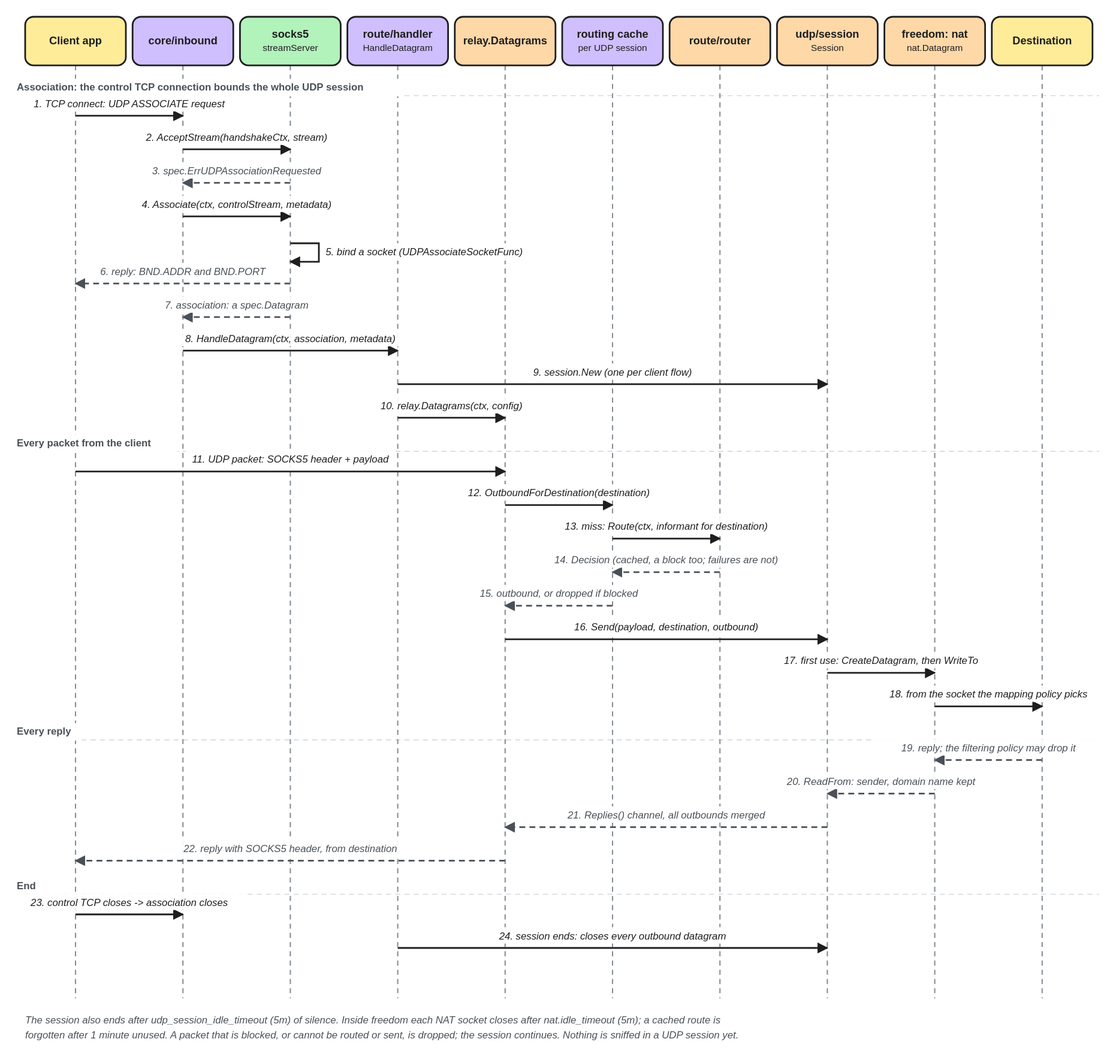
Above: docs/assets/diagrams/udp-lifecycle.excalidraw.svg in we-apranik/apranik (Excalidraw), before the change. Source tidied: one line per element, renumbered; positions are measured from the earlier drawing's top-left corner, leaving out a move shared by most shapes.
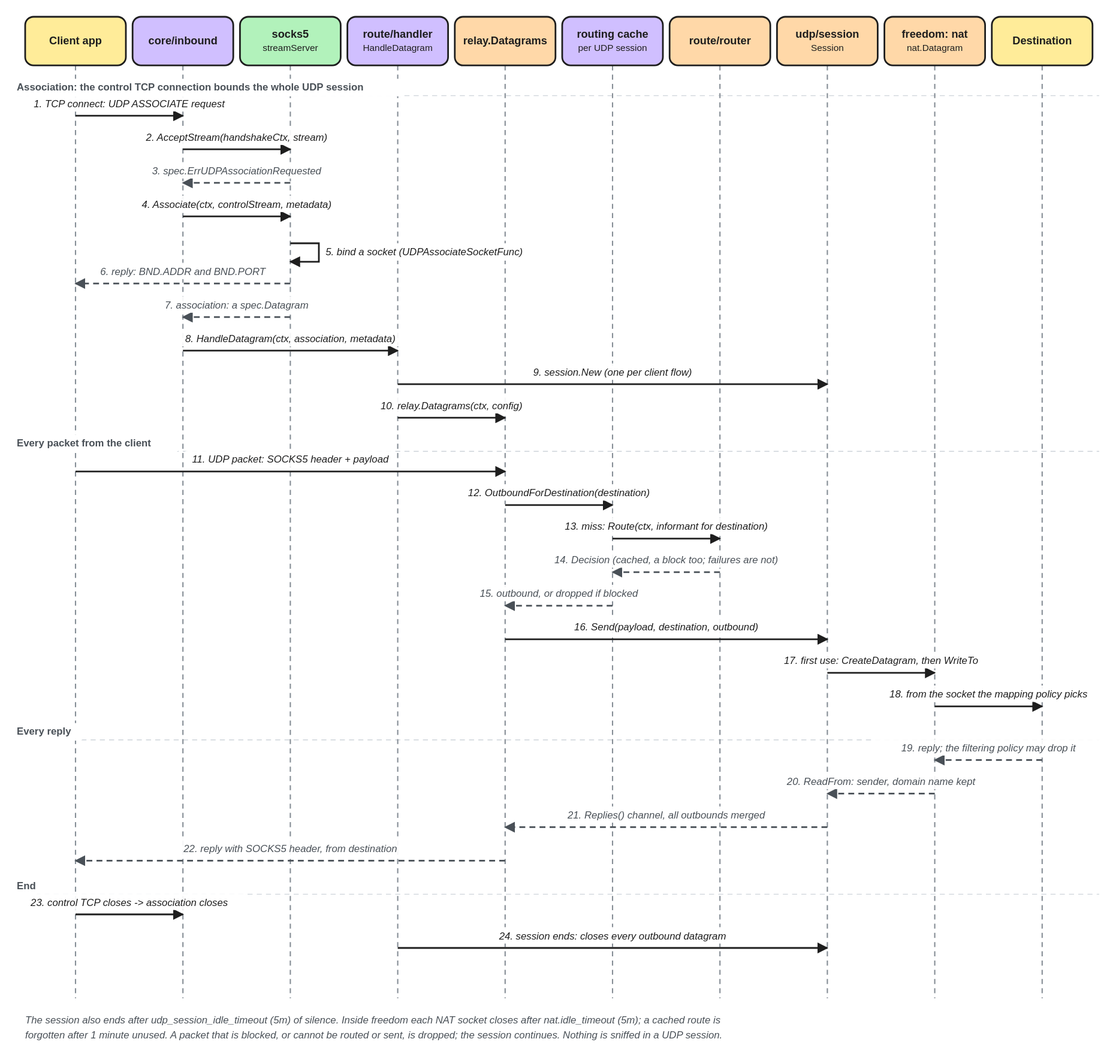
The same file after the commit.

The edit, as a diff of the source:
```diff
@@ -85,4 +85,4 @@
 {"id": 84, "type": "text", "text": "Every reply", "strokeColor": "#495057", "strokeWidth": 2, "roughness": 0, "fontSize": 12, "fontFamily": 2, "verticalAlign": "middle", "x": 8, "y": 844, "width": 80, "height": 15}
 {"id": 85, "type": "text", "text": "End", "strokeColor": "#495057", "strokeWidth": 2, "roughness": 0, "fontSize": 12, "fontFamily": 2, "verticalAlign": "middle", "x": 8, "y": 1028, "width": 26, "height": 15}
 {"id": 86, "type": "text", "text": "The session also ends after udp_session_idle_timeout (5m) of silence. Inside freedom each NAT socket closes after nat.idle_timeout (5m); a cached route is", "strokeColor": "#495057", "strokeWidth": 2, "roughness": 0, "fontSize": 12, "fontFamily": 2, "verticalAlign": "middle", "x": 18, "y": 1188, "width": 967, "height": 15}
-{"id": 87, "type": "text", "text": "forgotten after 1 minute unused. A packet that is blocked, or cannot be routed or sent, is dropped; the session continues. Nothing is sniffed in a UDP session yet.", "strokeColor": "#495057", "strokeWidth": 2, "roughness": 0, "fontSize": 12, "fontFamily": 2, "verticalAlign": "middle", "x": 18, "y": 1206, "width": 1086, "height": 15}
+{"id": 87, "type": "text", "text": "forgotten after 1 minute unused. A packet that is blocked, or cannot be routed or sent, is dropped; the session continues. Nothing is sniffed in a UDP session.", "strokeColor": "#495057", "strokeWidth": 2, "roughness": 0, "fontSize": 12, "fontFamily": 2, "verticalAlign": "middle", "x": 18, "y": 1206, "width": 1086, "height": 15}
```
